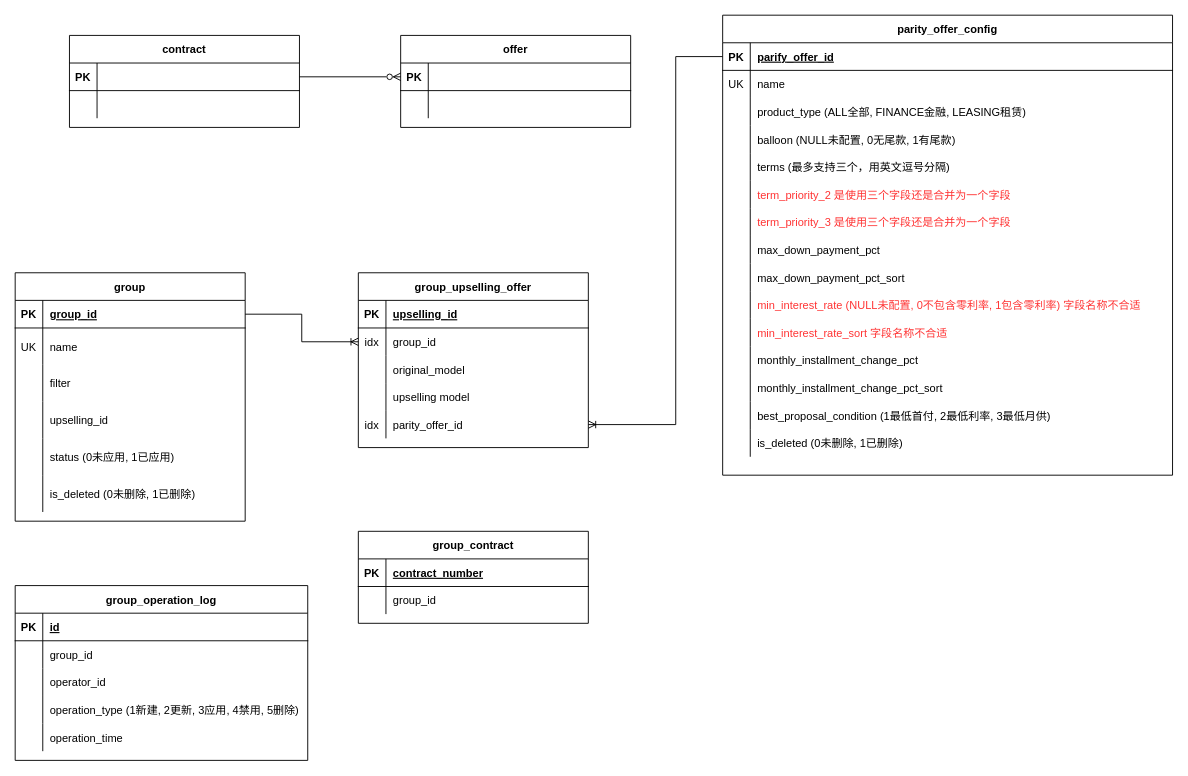
This is insight.drawio from likun0121/insight, a draw.io file, before an edit. Source tidied: cells renumbered, new cells numbered last; positions are measured from the earlier drawing's top-left corner, leaving out a move shared by most shapes. Both pictures are drawn from the tidied source at 92%, with x=0, y=0 at pixel (15, 15).
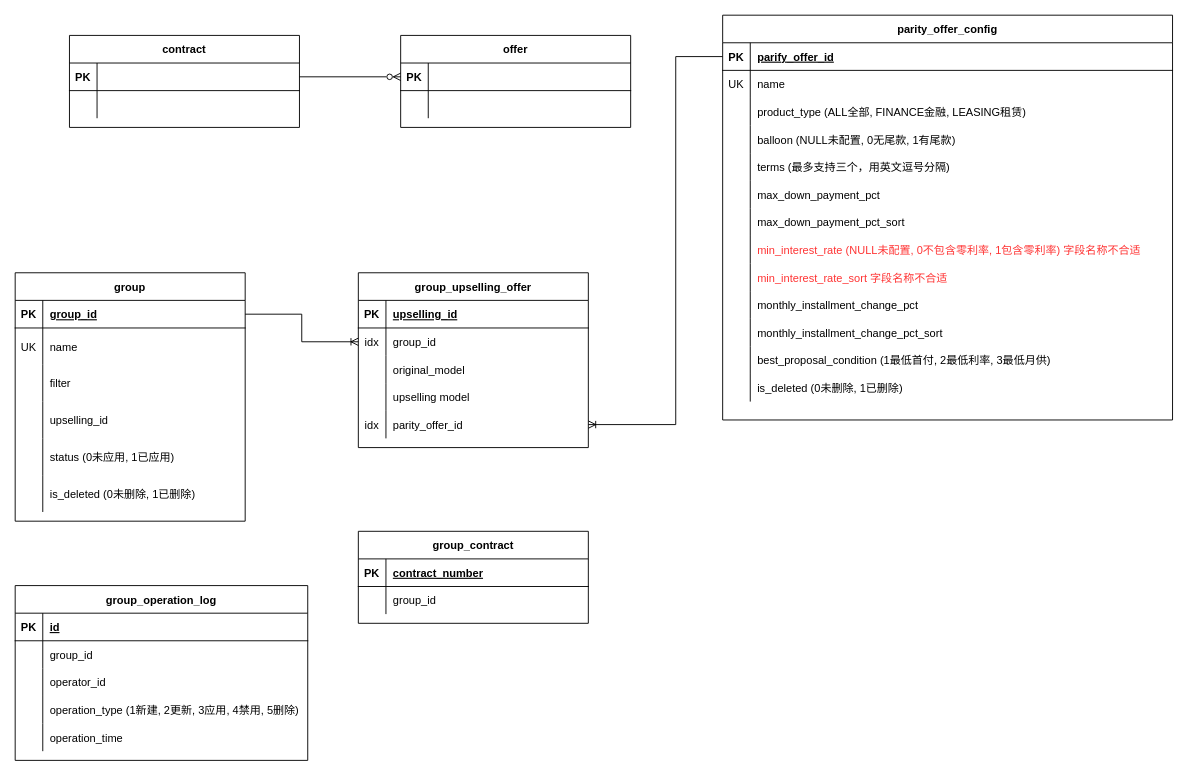
The same page after the edit.

Change to the diagram source:
```diff
@@
     <mxCell id="36" value="parity_offer_config" style="shape=table;startSize=30;childLayout=tableLayout;rowLines=0;fontStyle=1;align=center;" parent="1" vertex="1">
-      <mxGeometry x="769" width="489" height="500" as="geometry" />
+      <mxGeometry x="769" width="489" height="440" as="geometry" />
     </mxCell>
@@
-    <mxCell id="52" style="shape=partialRectangle;fillColor=none;top=0;left=0;right=0;bottom=0;" parent="36" vertex="1">
-      <mxGeometry y="180" width="489" height="30" as="geometry" />
-    </mxCell>
-    <mxCell id="53" style="shape=partialRectangle;overflow=hidden;fillColor=none;top=0;left=0;bottom=0;right=0;" parent="52" vertex="1">
-      <mxGeometry width="30" height="30" as="geometry" />
-    </mxCell>
-    <mxCell id="54" value="term_priority_2 是使用三个字段还是合并为一个字段" style="shape=partialRectangle;overflow=hidden;fillColor=none;top=0;left=0;bottom=0;right=0;align=left;spacingLeft=6;strokeColor=default;fontColor=#FF3333;" parent="52" vertex="1">
-      <mxGeometry x="30" width="459" height="30" as="geometry" />
-    </mxCell>
-    <mxCell id="55" style="shape=partialRectangle;fillColor=none;top=0;left=0;right=0;bottom=0;" parent="36" vertex="1">
-      <mxGeometry y="210" width="489" height="30" as="geometry" />
-    </mxCell>
-    <mxCell id="56" style="shape=partialRectangle;overflow=hidden;fillColor=none;top=0;left=0;bottom=0;right=0;" parent="55" vertex="1">
-      <mxGeometry width="30" height="30" as="geometry" />
-    </mxCell>
-    <mxCell id="57" value="term_priority_3 是使用三个字段还是合并为一个字段" style="shape=partialRectangle;overflow=hidden;fillColor=none;top=0;left=0;bottom=0;right=0;align=left;spacingLeft=6;fontColor=#FF3333;" parent="55" vertex="1">
-      <mxGeometry x="30" width="459" height="30" as="geometry" />
-    </mxCell>
     <mxCell id="58" style="shape=partialRectangle;fillColor=none;top=0;left=0;right=0;bottom=0;" parent="36" vertex="1">
-      <mxGeometry y="240" width="489" height="30" as="geometry" />
+      <mxGeometry y="180" width="489" height="30" as="geometry" />
     </mxCell>
@@
     <mxCell id="61" style="shape=partialRectangle;fillColor=none;top=0;left=0;right=0;bottom=0;" parent="36" vertex="1">
-      <mxGeometry y="270" width="489" height="30" as="geometry" />
+      <mxGeometry y="210" width="489" height="30" as="geometry" />
     </mxCell>
@@
     <mxCell id="64" style="shape=partialRectangle;fillColor=none;top=0;left=0;right=0;bottom=0;" parent="36" vertex="1">
-      <mxGeometry y="300" width="489" height="30" as="geometry" />
+      <mxGeometry y="240" width="489" height="30" as="geometry" />
     </mxCell>
@@
     <mxCell id="67" style="shape=partialRectangle;fillColor=none;top=0;left=0;right=0;bottom=0;" parent="36" vertex="1">
-      <mxGeometry y="330" width="489" height="30" as="geometry" />
+      <mxGeometry y="270" width="489" height="30" as="geometry" />
     </mxCell>
@@
     <mxCell id="70" style="shape=partialRectangle;fillColor=none;top=0;left=0;right=0;bottom=0;" parent="36" vertex="1">
-      <mxGeometry y="360" width="489" height="30" as="geometry" />
+      <mxGeometry y="300" width="489" height="30" as="geometry" />
     </mxCell>
@@
     <mxCell id="73" style="shape=partialRectangle;fillColor=none;top=0;left=0;right=0;bottom=0;" parent="36" vertex="1">
-      <mxGeometry y="390" width="489" height="30" as="geometry" />
+      <mxGeometry y="330" width="489" height="30" as="geometry" />
     </mxCell>
@@
     <mxCell id="76" style="shape=partialRectangle;fillColor=none;top=0;left=0;right=0;bottom=0;" parent="36" vertex="1">
-      <mxGeometry y="420" width="489" height="30" as="geometry" />
+      <mxGeometry y="360" width="489" height="30" as="geometry" />
     </mxCell>
@@
     <mxCell id="79" style="shape=partialRectangle;fillColor=none;top=0;left=0;right=0;bottom=0;" parent="36" vertex="1">
-      <mxGeometry y="450" width="489" height="30" as="geometry" />
+      <mxGeometry y="390" width="489" height="30" as="geometry" />
     </mxCell>
```
